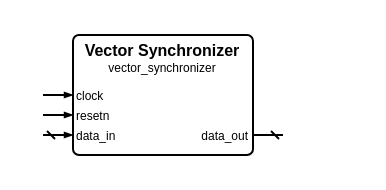
The draw.io diagram sources/timing/vector_synchronizer/vector_synchronizer.symbol.drawio in Louis-DR/OmniCores-BuildingBlocks, before the edit. Source tidied: cells renumbered, new cells numbered last; positions are measured from the earlier drawing's top-left corner, leaving out a move shared by most shapes. Both pictures are drawn from the tidied source at 200%, with x=0, y=0 at pixel (42, 34).
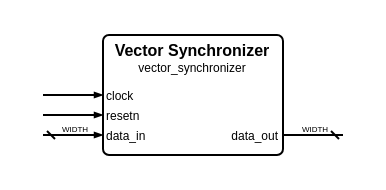
After the change.

What changed in the source:
```diff
@@
 <mxGraphModel>
   <root>
     <mxCell id="0" />
     <mxCell id="1" parent="0" />
     <mxCell id="2" style="group;" parent="1" vertex="1">
-      <mxGeometry width="120" height="60" as="geometry" />
+      <mxGeometry width="150" height="60" as="geometry" />
     </mxCell>
     <mxCell id="3" style="rounded=1;arcSize=5;fillColor=none;strokeWidth=1;strokeColor=black;whiteSpace=wrap;html=1;" parent="2" vertex="1">
-      <mxGeometry x="15" width="90" height="60" as="geometry" />
+      <mxGeometry x="30" width="90" height="60" as="geometry" />
     </mxCell>
     <mxCell id="4" value="Vector Synchronizer" style="text;html=1;align=center;verticalAlign=middle;whiteSpace=wrap;rounded=0;fontSize=8;fontStyle=1;fontColor=black;" parent="2" vertex="1">
-      <mxGeometry x="15" y="7" width="90" as="geometry" />
+      <mxGeometry x="30" y="7" width="90" as="geometry" />
     </mxCell>
     <mxCell id="5" value="vector_synchronizer" style="text;html=1;align=center;verticalAlign=middle;whiteSpace=wrap;rounded=0;fontSize=6;fontStyle=0;fontColor=black;" parent="2" vertex="1">
-      <mxGeometry x="15" y="16" width="90" as="geometry" />
+      <mxGeometry x="30" y="16" width="90" as="geometry" />
     </mxCell>
     <mxCell id="6" value="clock" style="text;html=1;align=left;verticalAlign=middle;whiteSpace=wrap;rounded=0;fontSize=6;fontStyle=0;fontColor=black;" parent="2" vertex="1">
-      <mxGeometry x="15" y="30" width="90" as="geometry" />
+      <mxGeometry x="30" y="30" width="90" as="geometry" />
     </mxCell>
     <mxCell id="7" style="html=1;rounded=1;strokeWidth=1;strokeColor=black;startFill=0;startSize=2;startArrow=none;endFill=1;endSize=2;endArrow=blockThin;sourcePerimeterSpacing=0;" parent="2" edge="1">
       <mxGeometry relative="1" as="geometry">
         <mxPoint y="30" as="sourcePoint" />
-        <mxPoint x="15" y="30" as="targetPoint" />
+        <mxPoint x="30" y="30" as="targetPoint" />
       </mxGeometry>
     </mxCell>
     <mxCell id="8" value="resetn" style="text;html=1;align=left;verticalAlign=middle;whiteSpace=wrap;rounded=0;fontSize=6;fontStyle=0;fontColor=black;" parent="2" vertex="1">
-      <mxGeometry x="15" y="40" width="90" as="geometry" />
+      <mxGeometry x="30" y="40" width="90" as="geometry" />
     </mxCell>
     <mxCell id="9" style="html=1;rounded=1;strokeWidth=1;strokeColor=black;startFill=0;startSize=2;startArrow=none;endFill=1;endSize=2;endArrow=blockThin;sourcePerimeterSpacing=0;" parent="2" edge="1">
       <mxGeometry relative="1" as="geometry">
         <mxPoint y="40" as="sourcePoint" />
-        <mxPoint x="15" y="40" as="targetPoint" />
+        <mxPoint x="30" y="40" as="targetPoint" />
       </mxGeometry>
     </mxCell>
     <mxCell id="10" value="data_in" style="text;html=1;align=left;verticalAlign=middle;whiteSpace=wrap;rounded=0;fontSize=6;fontStyle=0;fontColor=black;" parent="2" vertex="1">
-      <mxGeometry x="15" y="50" width="90" as="geometry" />
+      <mxGeometry x="30" y="50" width="90" as="geometry" />
     </mxCell>
     <mxCell id="11" style="html=1;rounded=1;strokeWidth=1;strokeColor=black;startFill=0;startSize=2;startArrow=dash;endFill=1;endSize=2;endArrow=blockThin;sourcePerimeterSpacing=0;" parent="2" edge="1">
       <mxGeometry relative="1" as="geometry">
         <mxPoint y="50" as="sourcePoint" />
-        <mxPoint x="15" y="50" as="targetPoint" />
+        <mxPoint x="30" y="50" as="targetPoint" />
       </mxGeometry>
     </mxCell>
+    <mxCell id="14" value="WIDTH" style="text;html=1;align=center;verticalAlign=middle;whiteSpace=nowrap;rounded=0;fontSize=4;fontStyle=0;fontColor=black;" parent="2" vertex="1">
+      <mxGeometry x="15" y="47" as="geometry" />
+    </mxCell>
     <mxCell id="12" value="data_out" style="text;html=1;align=right;verticalAlign=middle;whiteSpace=wrap;rounded=0;fontSize=6;fontStyle=0;fontColor=black;" parent="2" vertex="1">
-      <mxGeometry x="15" y="50" width="90" as="geometry" />
+      <mxGeometry x="30" y="50" width="90" as="geometry" />
     </mxCell>
     <mxCell id="13" style="html=1;rounded=1;strokeWidth=1;strokeColor=black;startFill=0;startSize=2;startArrow=dash;endFill=1;endSize=2;endArrow=none;sourcePerimeterSpacing=0;" parent="2" edge="1">
       <mxGeometry relative="1" as="geometry">
-        <mxPoint x="120" y="50" as="sourcePoint" />
-        <mxPoint x="105" y="50" as="targetPoint" />
+        <mxPoint x="150" y="50" as="sourcePoint" />
+        <mxPoint x="120" y="50" as="targetPoint" />
       </mxGeometry>
     </mxCell>
+    <mxCell id="15" value="WIDTH" style="text;html=1;align=center;verticalAlign=middle;whiteSpace=nowrap;rounded=0;fontSize=4;fontStyle=0;fontColor=black;" parent="2" vertex="1">
+      <mxGeometry x="135" y="47" as="geometry" />
+    </mxCell>
   </root>
 </mxGraphModel>
```
